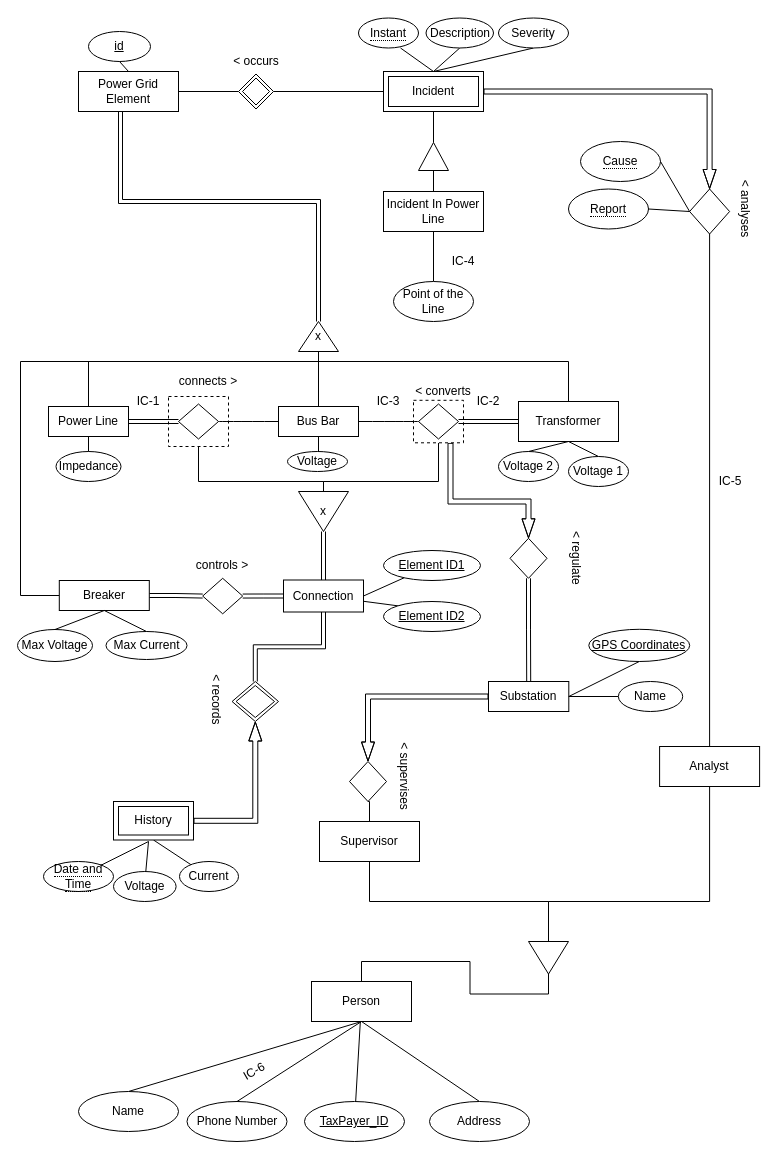
dgd-rosa/SIBD keeps this draw.io diagram as page "Page-3" (3 of 3) of New_Version.drawio. Above is the earlier version. Source tidied: cells renumbered, new cells numbered last; positions are measured from the earlier drawing's top-left corner, leaving out a move shared by most shapes. Both pictures are drawn from the tidied source at 100%, with x=0, y=0 at pixel (17, 18).
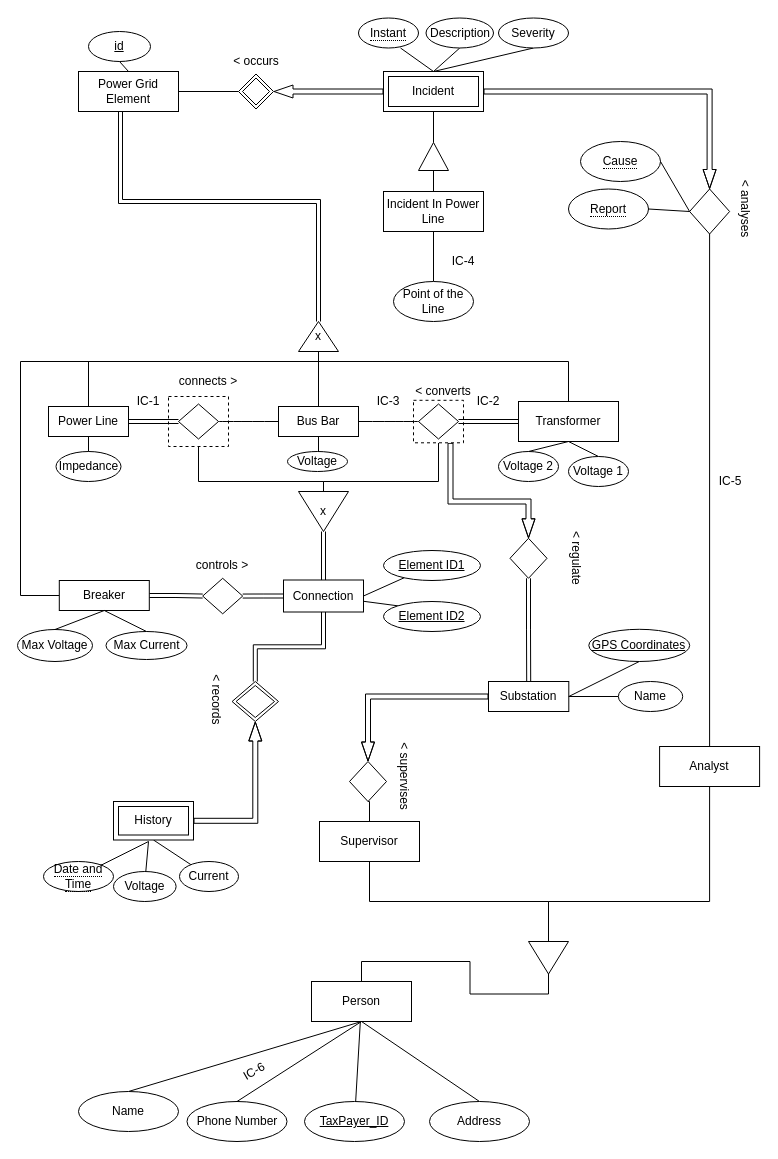
The same diagram, later.

The change refers to these unchanged cells:
```xml
<mxCell id="64" value="Incident" style="shape=ext;margin=3;double=1;whiteSpace=wrap;html=1;align=center;direction=east;" parent="1" vertex="1">
  <mxGeometry x="366" y="53" width="100" height="40" as="geometry" />
</mxCell>
<mxCell id="65" style="shape=rhombus;double=1;perimeter=rhombusPerimeter;whiteSpace=wrap;html=1;align=center;direction=south;" parent="1" vertex="1">
  <mxGeometry x="221" y="55.5" width="35" height="35" as="geometry" />
</mxCell>
```

Diff of the diagram source:
```diff
@@
-    <mxCell id="62" style="edgeStyle=orthogonalEdgeStyle;rounded=0;jettySize=auto;html=1;entryX=0.5;entryY=0;entryDx=0;entryDy=0;endArrow=none;endFill=0;" parent="1" edge="1" source="64" target="65">
+    <mxCell id="62" style="edgeStyle=orthogonalEdgeStyle;rounded=0;jettySize=auto;html=1;entryX=0.5;entryY=0;entryDx=0;entryDy=0;endArrow=block;endFill=0;shape=flexArrow;width=5;endWidth=7;" parent="1" edge="1" source="64" target="65">
       <mxGeometry relative="1" as="geometry" />
     </mxCell>
```
